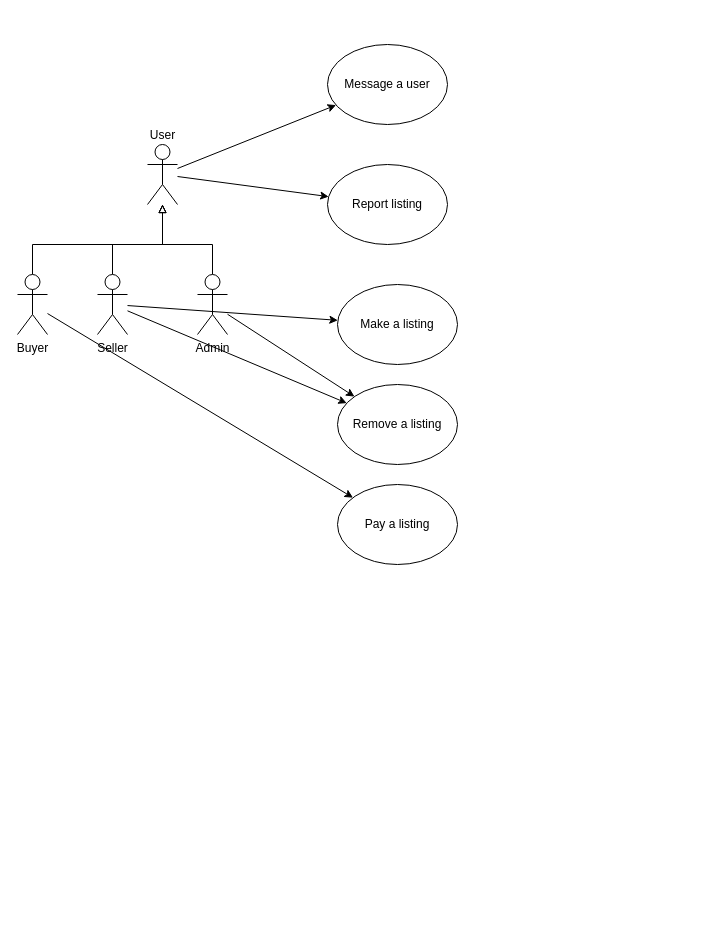
The draw.io diagram diagrams/usecaseITECA3.drawio in GrantODP/ITECA3-project, before the edit. Source tidied: cells renumbered, new cells numbered last; positions are measured from the earlier drawing's top-left corner, leaving out a move shared by most shapes. Both pictures are drawn from the tidied source at 100%, with x=0, y=0 at pixel (17, 44).
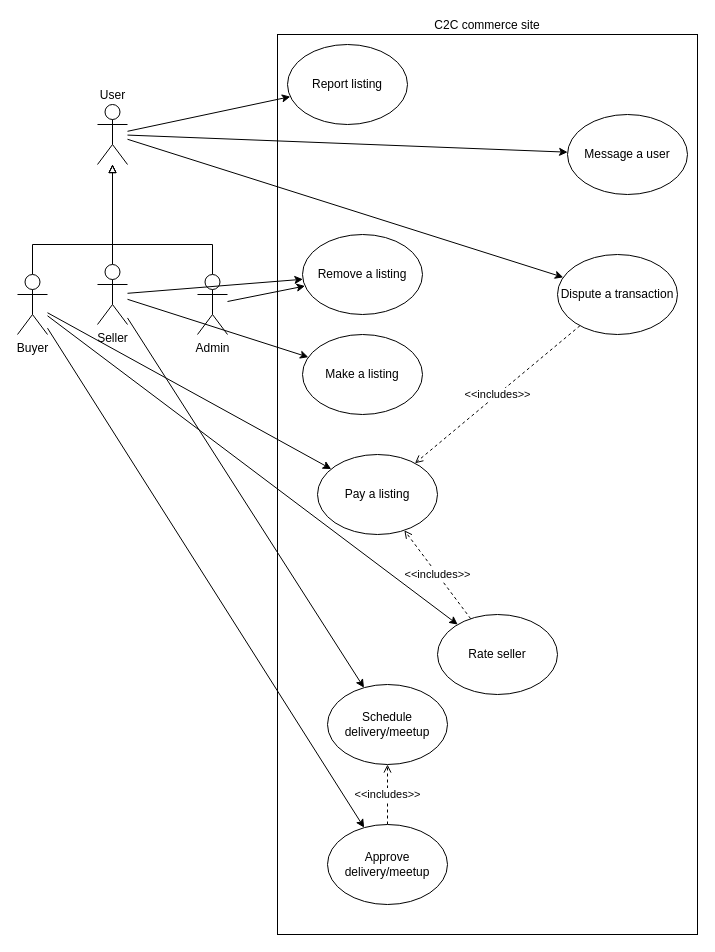
The same diagram, later.

The change refers to these unchanged cells:
```xml
<mxCell id="7" value="Admin" style="shape=umlActor;verticalLabelPosition=bottom;verticalAlign=top;html=1;outlineConnect=0;" parent="1" vertex="1">
  <mxGeometry x="180" y="230" width="30" height="60" as="geometry" />
</mxCell>
<mxCell id="16" value="Buyer" style="shape=umlActor;verticalLabelPosition=bottom;verticalAlign=top;html=1;outlineConnect=0;spacingBottom=0;spacing=2;spacingRight=0;spacingTop=0;labelPosition=center;align=center;" parent="1" vertex="1">
  <mxGeometry y="230" width="30" height="60" as="geometry" />
</mxCell>
```

The edit, as a diff of the source:
```diff
@@
+    <mxCell id="20" value="C2C commerce site" style="rounded=0;whiteSpace=wrap;html=1;labelPosition=center;verticalLabelPosition=top;align=center;verticalAlign=bottom;" parent="1" vertex="1">
+      <mxGeometry x="260" y="-10" width="420" height="900" as="geometry" />
+    </mxCell>
@@
+    <mxCell id="21" style="rounded=0;jettySize=auto;html=1;" parent="1" edge="1" source="4" target="26">
+      <mxGeometry relative="1" as="geometry" />
+    </mxCell>
     <mxCell id="4" value="User" style="shape=umlActor;verticalLabelPosition=top;verticalAlign=bottom;html=1;outlineConnect=0;spacingBottom=0;spacing=2;spacingRight=0;spacingTop=0;labelPosition=center;align=center;" parent="1" vertex="1">
-      <mxGeometry x="130" y="100" width="30" height="60" as="geometry" />
+      <mxGeometry x="80" y="60" width="30" height="60" as="geometry" />
     </mxCell>
     <mxCell id="5" style="edgeStyle=orthogonalEdgeStyle;rounded=0;jettySize=auto;html=1;endArrow=block;endFill=0;strokeWidth=1;jumpStyle=none;jumpSize=17;spacingTop=0;spacingBottom=0;spacing=8;" parent="1" edge="1" source="7" target="4">
       <mxGeometry relative="1" as="geometry">
         <Array as="points">
           <mxPoint x="195" y="200" />
-          <mxPoint x="145" y="200" />
+          <mxPoint x="95" y="200" />
         </Array>
       </mxGeometry>
     </mxCell>
@@
     <mxCell id="8" value="Make a listing" style="ellipse;whiteSpace=wrap;html=1;" parent="1" vertex="1">
-      <mxGeometry x="320" y="240" width="120" height="80" as="geometry" />
+      <mxGeometry x="285" y="290" width="120" height="80" as="geometry" />
     </mxCell>
     <mxCell id="9" value="Remove a listing" style="ellipse;whiteSpace=wrap;html=1;" parent="1" vertex="1">
-      <mxGeometry x="320" y="340" width="120" height="80" as="geometry" />
+      <mxGeometry x="285" y="190" width="120" height="80" as="geometry" />
     </mxCell>
     <mxCell id="10" value="Report listing" style="ellipse;whiteSpace=wrap;html=1;" parent="1" vertex="1">
-      <mxGeometry x="310" y="120" width="120" height="80" as="geometry" />
+      <mxGeometry x="270" width="120" height="80" as="geometry" />
     </mxCell>
     <mxCell id="11" style="edgeStyle=orthogonalEdgeStyle;rounded=0;jettySize=auto;html=1;endArrow=block;endFill=0;" parent="1" edge="1" source="13" target="4">
       <mxGeometry relative="1" as="geometry">
         <Array as="points">
-          <mxPoint x="95" y="200" />
-          <mxPoint x="145" y="200" />
+          <mxPoint x="95" y="180" />
+          <mxPoint x="95" y="180" />
         </Array>
       </mxGeometry>
     </mxCell>
@@
+    <mxCell id="22" style="rounded=0;jettySize=auto;html=1;" parent="1" edge="1" source="16" target="28">
+      <mxGeometry relative="1" as="geometry" />
+    </mxCell>
+    <mxCell id="14" style="edgeStyle=orthogonalEdgeStyle;rounded=0;jettySize=auto;html=1;endArrow=block;endFill=0;" parent="1" edge="1" source="16" target="4">
+      <mxGeometry relative="1" as="geometry">
+        <Array as="points">
+          <mxPoint x="15" y="200" />
+          <mxPoint x="95" y="200" />
+        </Array>
+      </mxGeometry>
+    </mxCell>
     <mxCell id="13" value="Seller" style="shape=umlActor;verticalLabelPosition=bottom;verticalAlign=top;html=1;outlineConnect=0;spacingBottom=0;spacing=2;spacingRight=0;spacingTop=0;labelPosition=center;align=center;" parent="1" vertex="1">
-      <mxGeometry x="80" y="230" width="30" height="60" as="geometry" />
+      <mxGeometry x="80" y="220" width="30" height="60" as="geometry" />
     </mxCell>
-    <mxCell id="14" style="edgeStyle=orthogonalEdgeStyle;rounded=0;jettySize=auto;html=1;endArrow=block;endFill=0;" parent="1" edge="1" source="16" target="4">
-      <mxGeometry relative="1" as="geometry">
-        <Array as="points">
-          <mxPoint x="15" y="200" />
-          <mxPoint x="145" y="200" />
-        </Array>
-      </mxGeometry>
-    </mxCell>
@@
+    <mxCell id="23" style="rounded=0;jettySize=auto;html=1;" parent="1" edge="1" source="13" target="29">
+      <mxGeometry relative="1" as="geometry" />
+    </mxCell>
+    <mxCell id="24" style="rounded=0;jettySize=auto;html=1;" parent="1" edge="1" source="16" target="31">
+      <mxGeometry relative="1" as="geometry" />
+    </mxCell>
@@
     <mxCell id="17" value="Pay a listing" style="ellipse;whiteSpace=wrap;html=1;" parent="1" vertex="1">
-      <mxGeometry x="320" y="440" width="120" height="80" as="geometry" />
+      <mxGeometry x="300" y="410" width="120" height="80" as="geometry" />
     </mxCell>
     <mxCell id="18" value="Message a user" style="ellipse;whiteSpace=wrap;html=1;" parent="1" vertex="1">
-      <mxGeometry x="310" width="120" height="80" as="geometry" />
+      <mxGeometry x="550" y="70" width="120" height="80" as="geometry" />
     </mxCell>
@@
+    <mxCell id="25" value="&amp;lt;&amp;lt;includes&amp;gt;&amp;gt;" style="rounded=0;jettySize=auto;html=1;dashed=1;endArrow=open;endFill=0;" parent="1" edge="1" source="26" target="17">
+      <mxGeometry relative="1" as="geometry" />
+    </mxCell>
+    <mxCell id="26" value="Dispute a transaction" style="ellipse;whiteSpace=wrap;html=1;" parent="1" vertex="1">
+      <mxGeometry x="540" y="210" width="120" height="80" as="geometry" />
+    </mxCell>
+    <mxCell id="27" value="&amp;lt;&amp;lt;includes&amp;gt;&amp;gt;" style="rounded=0;jettySize=auto;html=1;dashed=1;endArrow=open;endFill=0;" parent="1" edge="1" source="28" target="17">
+      <mxGeometry relative="1" as="geometry" />
+    </mxCell>
+    <mxCell id="28" value="Rate seller" style="ellipse;whiteSpace=wrap;html=1;" parent="1" vertex="1">
+      <mxGeometry x="420" y="570" width="120" height="80" as="geometry" />
+    </mxCell>
+    <mxCell id="29" value="Schedule delivery/meetup" style="ellipse;whiteSpace=wrap;html=1;" parent="1" vertex="1">
+      <mxGeometry x="310" y="640" width="120" height="80" as="geometry" />
+    </mxCell>
+    <mxCell id="30" value="&amp;lt;&amp;lt;includes&amp;gt;&amp;gt;" style="edgeStyle=orthogonalEdgeStyle;rounded=0;jettySize=auto;html=1;dashed=1;endArrow=open;endFill=0;" parent="1" edge="1" source="31" target="29">
+      <mxGeometry relative="1" as="geometry" />
+    </mxCell>
+    <mxCell id="31" value="Approve delivery/meetup" style="ellipse;whiteSpace=wrap;html=1;" parent="1" vertex="1">
+      <mxGeometry x="310" y="780" width="120" height="80" as="geometry" />
+    </mxCell>
```
